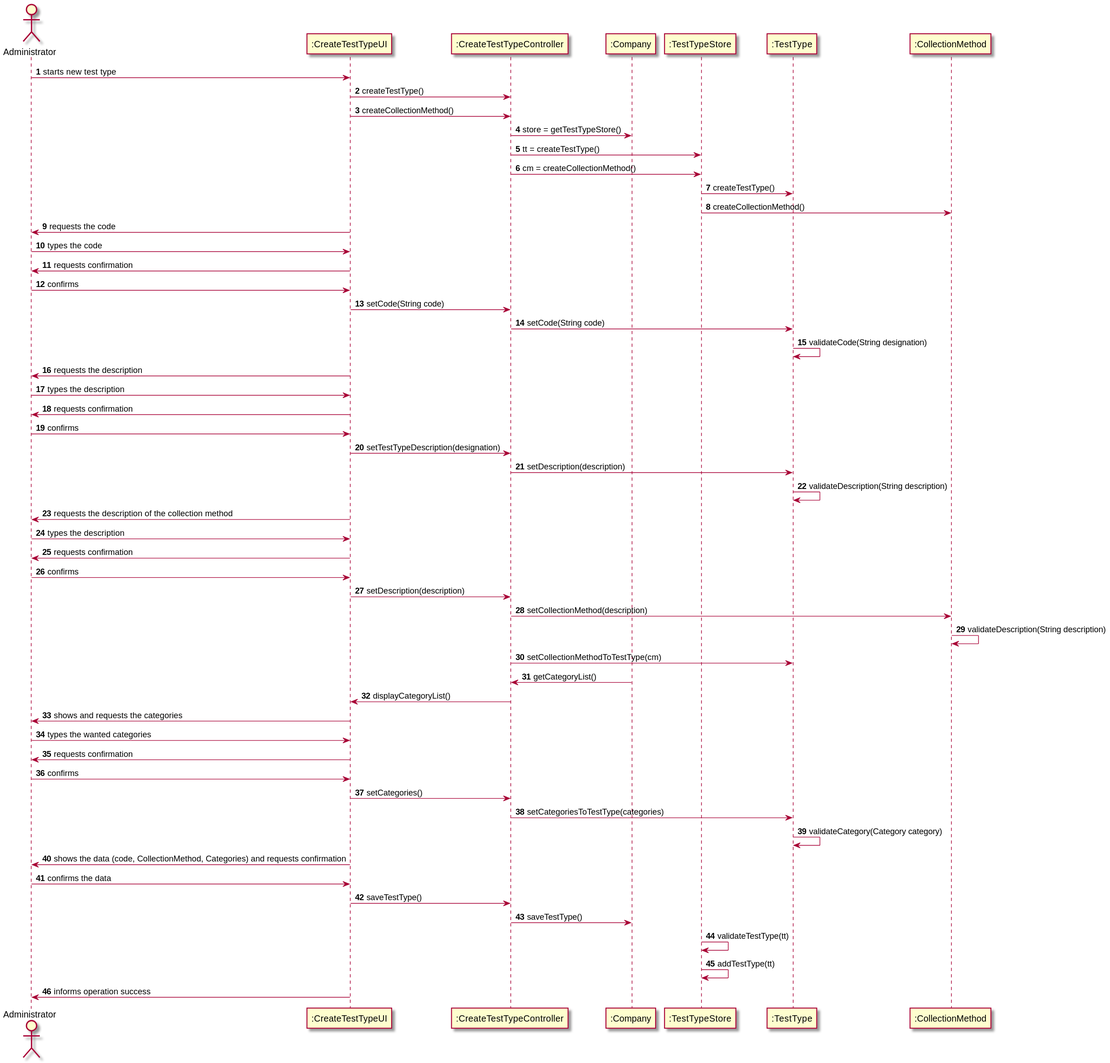
The PlantUML diagram docs/SprintB/US9/US9_SD.svg in MadDinosaur/ISEP-LAPR2, before a commit.
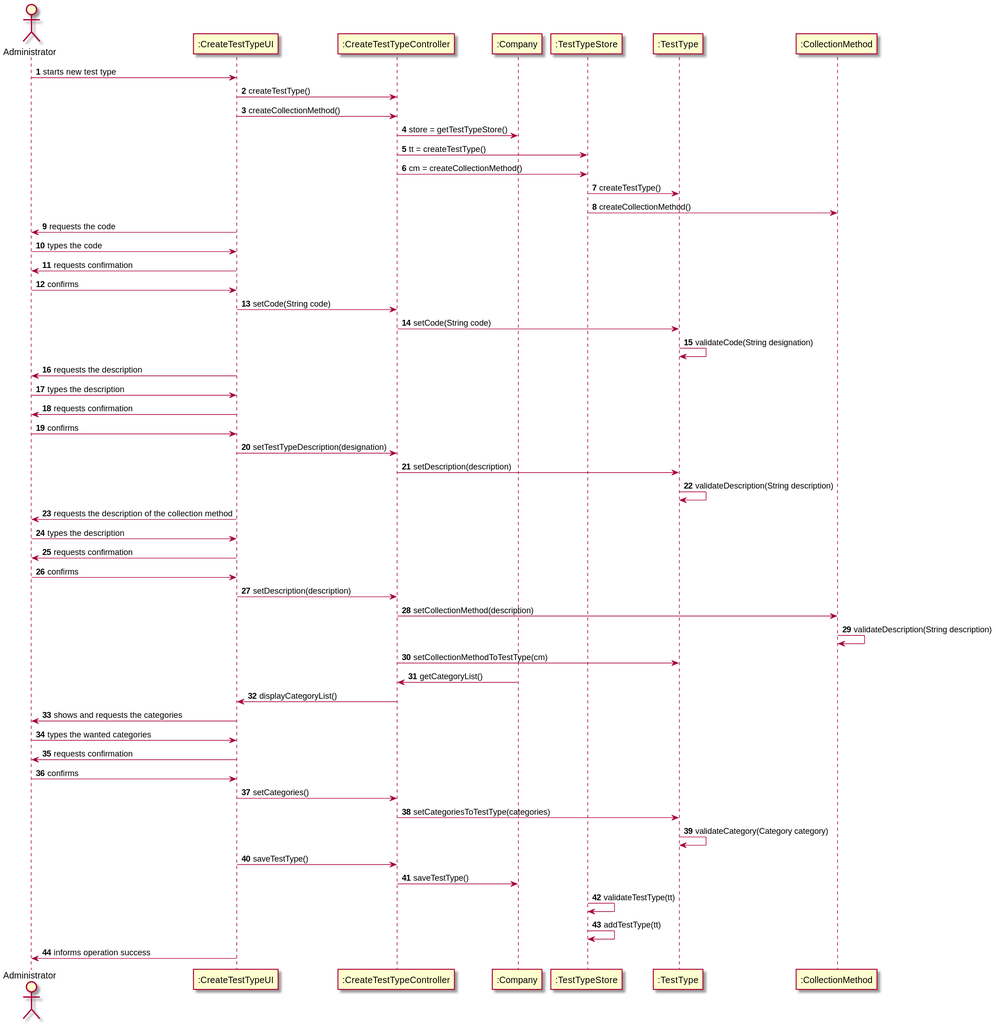
The same diagram one commit later.

Commit message:
Few tweaks

Change to the diagram source:
```diff
@@ -54,8 +54,6 @@
 ":CreateTestTypeUI" -> ":CreateTestTypeController": setCategories()
 ":CreateTestTypeController" -> ":TestType": setCategoriesToTestType(categories)
 ":TestType" -> ":TestType": validateCategory(Category category)
-":CreateTestTypeUI" -> Administrator: shows the data (code, CollectionMethod, Categories) and requests confirmation
-Administrator -> ":CreateTestTypeUI": confirms the data
 ":CreateTestTypeUI" -> ":CreateTestTypeController": saveTestType()
 ":CreateTestTypeController" -> ":Company": saveTestType()
 ":TestTypeStore" -> ":TestTypeStore": validateTestType(tt)
```
